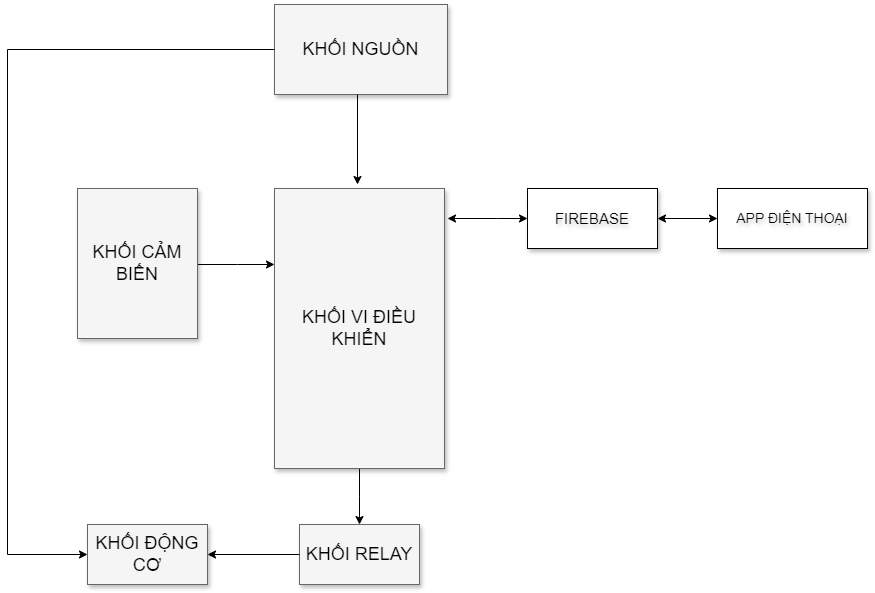
The draw.io diagram Block_Diagram.drawio.png in imvietp/Final_Thesis, before a commit. Source tidied: cells renumbered, new cells last; positions are measured from the earlier drawing's top-left corner, leaving out a move shared by most shapes.
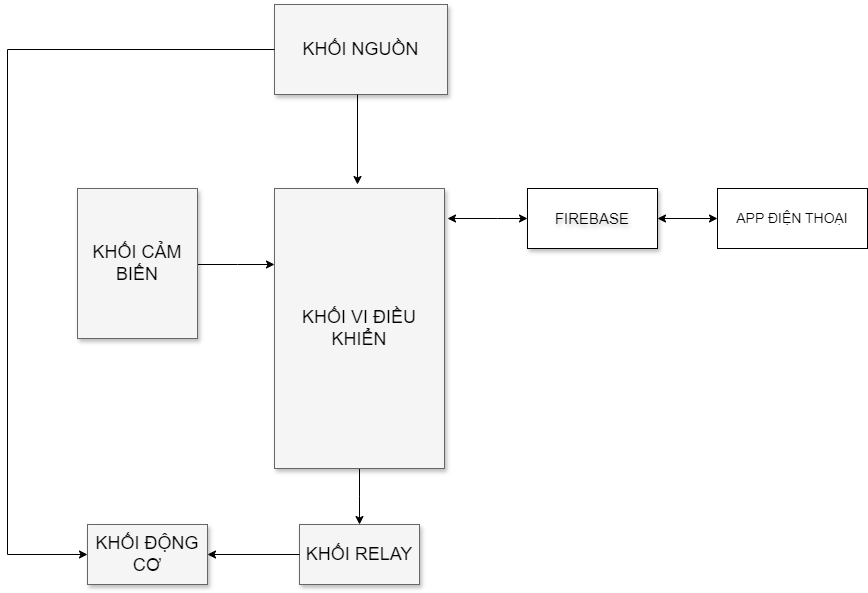
The same file after the commit.

Change to the diagram source:
```diff
@@ -58,7 +58,7 @@
     <mxCell id="14" style="endArrow=classic;startArrow=classic;html=1;rounded=0;exitX=1;exitY=0.5;exitDx=0;exitDy=0;" parent="1" edge="1" source="10" target="15">
       <mxGeometry relative="1" as="geometry" />
     </mxCell>
-    <mxCell id="15" value="&lt;font style=&quot;font-size: 14px;&quot;&gt;APP ĐIỆN THOẠI&lt;/font&gt;" style="rounded=0;whiteSpace=wrap;html=1;shadow=1;textShadow=1;" parent="1" vertex="1">
+    <mxCell id="15" value="&lt;font style=&quot;font-size: 14px;&quot;&gt;APP ĐIỆN THOẠI&lt;/font&gt;" style="rounded=0;whiteSpace=wrap;html=1;" parent="1" vertex="1">
       <mxGeometry x="710" y="184" width="150" height="60" as="geometry" />
     </mxCell>
   </root>
```
